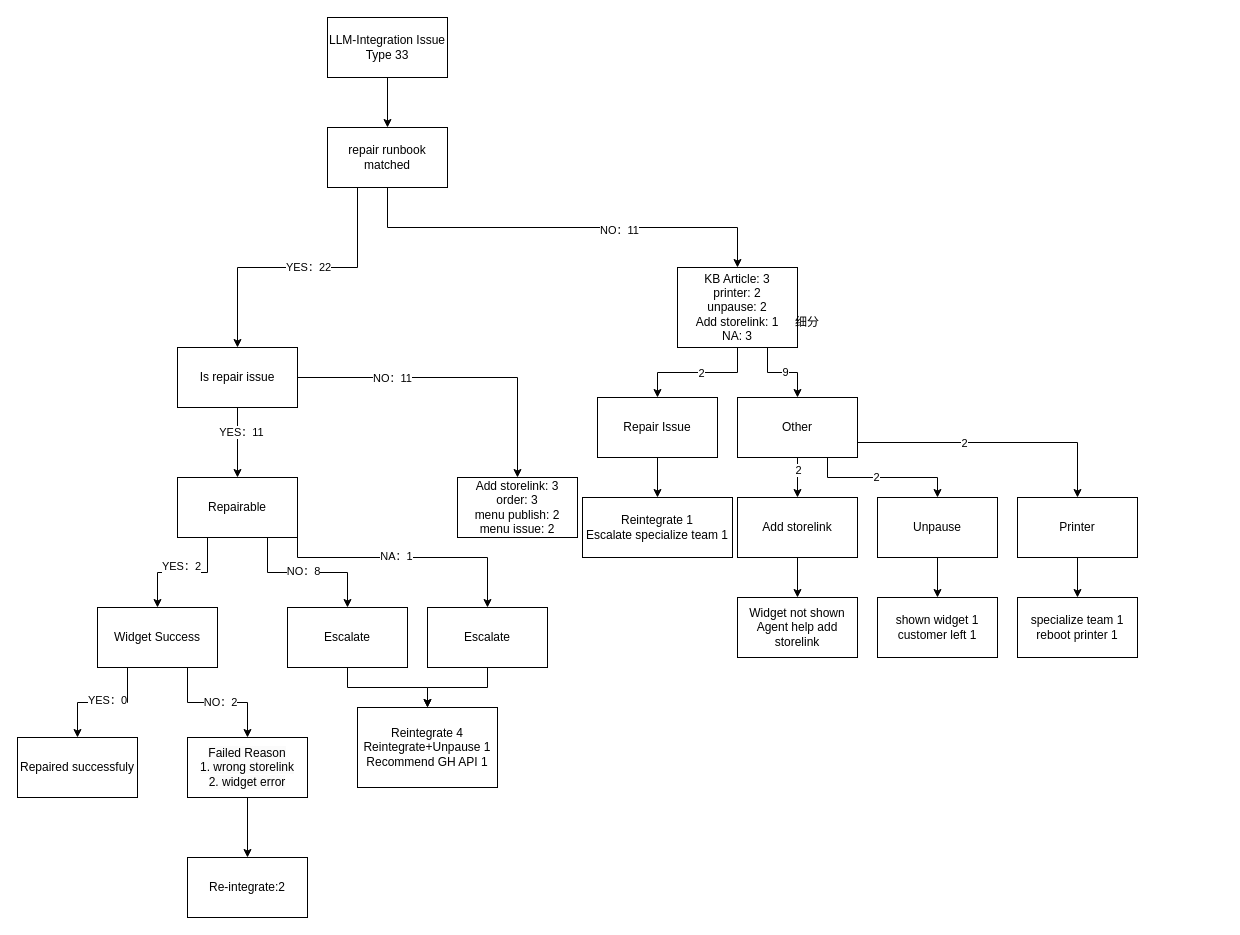
This is Integration Issue Analyzation.drawio from evagle/awesome, a draw.io file, before an edit. Source tidied: cells renumbered, new cells numbered last; positions are measured from the earlier drawing's top-left corner, leaving out a move shared by most shapes. Both pictures are drawn from the tidied source at 100%, with x=0, y=0 at pixel (17, 17).
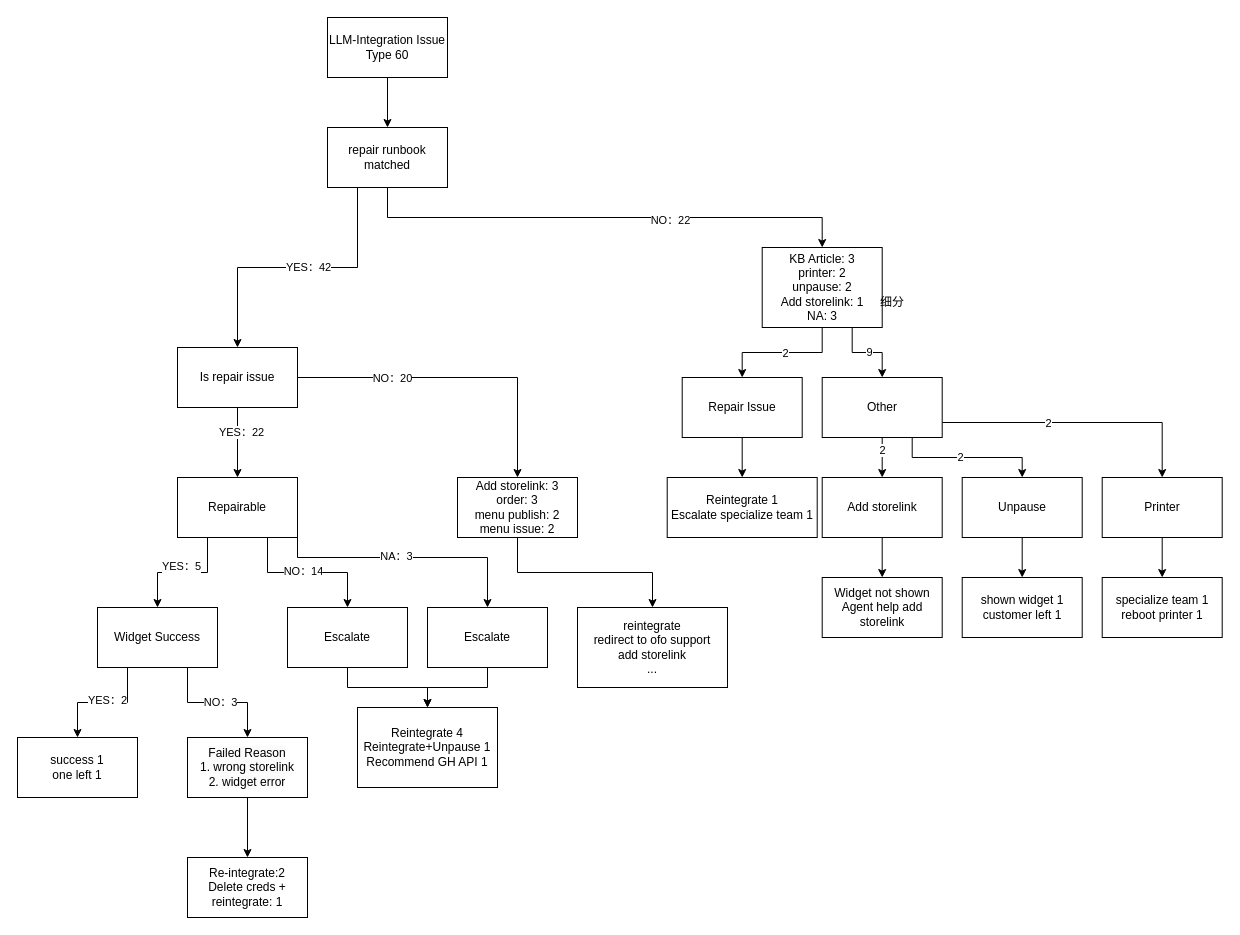
Above is the later version.

Unchanged cells that the change refers to:
```xml
<mxCell id="4" style="edgeStyle=orthogonalEdgeStyle;rounded=0;jettySize=auto;html=1;exitX=0.25;exitY=1;exitDx=0;exitDy=0;entryX=0.5;entryY=0;entryDx=0;entryDy=0;" parent="1" edge="1" source="8" target="35">
  <mxGeometry relative="1" as="geometry" />
</mxCell>
<mxCell id="6" style="edgeStyle=orthogonalEdgeStyle;rounded=0;jettySize=auto;html=1;exitX=0.5;exitY=1;exitDx=0;exitDy=0;" parent="1" edge="1" source="8" target="30">
  <mxGeometry relative="1" as="geometry" />
</mxCell>
<mxCell id="9" style="edgeStyle=orthogonalEdgeStyle;rounded=0;jettySize=auto;html=1;exitX=0.25;exitY=1;exitDx=0;exitDy=0;" parent="1" edge="1" source="15" target="20">
  <mxGeometry relative="1" as="geometry" />
</mxCell>
<mxCell id="11" style="edgeStyle=orthogonalEdgeStyle;rounded=0;jettySize=auto;html=1;exitX=0.75;exitY=1;exitDx=0;exitDy=0;entryX=0.5;entryY=0;entryDx=0;entryDy=0;" parent="1" edge="1" source="15" target="22">
  <mxGeometry relative="1" as="geometry" />
</mxCell>
<mxCell id="13" style="edgeStyle=orthogonalEdgeStyle;rounded=0;jettySize=auto;html=1;exitX=1;exitY=0.75;exitDx=0;exitDy=0;entryX=0.5;entryY=0;entryDx=0;entryDy=0;" parent="1" edge="1" source="15" target="38">
  <mxGeometry relative="1" as="geometry">
    <Array as="points">
      <mxPoint x="280" y="540" />
      <mxPoint x="470" y="540" />
    </Array>
  </mxGeometry>
</mxCell>
<mxCell id="16" style="edgeStyle=orthogonalEdgeStyle;rounded=0;jettySize=auto;html=1;exitX=0.25;exitY=1;exitDx=0;exitDy=0;entryX=0.5;entryY=0;entryDx=0;entryDy=0;" parent="1" edge="1" source="20" target="23">
  <mxGeometry relative="1" as="geometry" />
</mxCell>
<mxCell id="18" style="edgeStyle=orthogonalEdgeStyle;rounded=0;jettySize=auto;html=1;exitX=0.75;exitY=1;exitDx=0;exitDy=0;" parent="1" edge="1" source="20" target="25">
  <mxGeometry relative="1" as="geometry" />
</mxCell>
<mxCell id="31" style="edgeStyle=orthogonalEdgeStyle;rounded=0;jettySize=auto;html=1;exitX=0.5;exitY=1;exitDx=0;exitDy=0;" parent="1" edge="1" source="35" target="15">
  <mxGeometry relative="1" as="geometry" />
</mxCell>
<mxCell id="33" style="edgeStyle=orthogonalEdgeStyle;rounded=0;jettySize=auto;html=1;exitX=1;exitY=0.5;exitDx=0;exitDy=0;" parent="1" edge="1" source="35" target="36">
  <mxGeometry relative="1" as="geometry" />
</mxCell>
<mxCell id="36" value="Add storelink: 3&lt;br&gt;order: 3&lt;br&gt;menu publish: 2&lt;div&gt;menu issue: 2&lt;/div&gt;" style="whiteSpace=wrap;html=1;" parent="1" vertex="1">
  <mxGeometry x="440" y="460" width="120" height="60" as="geometry" />
</mxCell>
```

The edit, as a diff of the source:
```diff
@@
-    <mxCell id="3" value="LLM-Integration Issue Type 33" style="whiteSpace=wrap;html=1;" parent="1" vertex="1">
+    <mxCell id="3" value="LLM-Integration Issue Type 60" style="whiteSpace=wrap;html=1;" parent="1" vertex="1">
       <mxGeometry x="310" width="120" height="60" as="geometry" />
     </mxCell>
@@
-    <mxCell id="5" value="YES：22" style="edgeLabel;html=1;align=center;verticalAlign=middle;" parent="4" vertex="1">
+    <mxCell id="5" value="YES：42" style="edgeLabel;html=1;align=center;verticalAlign=middle;" parent="4" vertex="1">
       <mxGeometry x="-0.07" y="-1" relative="1" as="geometry" />
     </mxCell>
@@
-    <mxCell id="7" value="NO：11" style="edgeLabel;html=1;align=center;verticalAlign=middle;" parent="6" vertex="1">
+    <mxCell id="7" value="NO：22" style="edgeLabel;html=1;align=center;verticalAlign=middle;" parent="6" vertex="1">
       <mxGeometry x="0.26" y="-2" relative="1" as="geometry" />
     </mxCell>
@@
-    <mxCell id="10" value="YES：2" style="edgeLabel;html=1;align=center;verticalAlign=middle;" parent="9" vertex="1">
+    <mxCell id="10" value="YES：5" style="edgeLabel;html=1;align=center;verticalAlign=middle;" parent="9" vertex="1">
       <mxGeometry x="0.03" y="-7" relative="1" as="geometry" />
     </mxCell>
@@
-    <mxCell id="12" value="NO：8" style="edgeLabel;html=1;align=center;verticalAlign=middle;" parent="11" vertex="1">
+    <mxCell id="12" value="NO：14" style="edgeLabel;html=1;align=center;verticalAlign=middle;" parent="11" vertex="1">
       <mxGeometry x="-0.07" y="2" relative="1" as="geometry" />
     </mxCell>
@@
-    <mxCell id="14" value="NA：1" style="edgeLabel;html=1;align=center;verticalAlign=middle;" parent="13" vertex="1">
+    <mxCell id="14" value="NA：3" style="edgeLabel;html=1;align=center;verticalAlign=middle;" parent="13" vertex="1">
       <mxGeometry x="-0.03" y="2" relative="1" as="geometry" />
     </mxCell>
@@
-    <mxCell id="17" value="YES：0" style="edgeLabel;html=1;align=center;verticalAlign=middle;" parent="16" vertex="1">
+    <mxCell id="17" value="YES：2" style="edgeLabel;html=1;align=center;verticalAlign=middle;" parent="16" vertex="1">
       <mxGeometry x="-0.06" y="-3" relative="1" as="geometry" />
     </mxCell>
@@
-    <mxCell id="19" value="NO：2" style="edgeLabel;html=1;align=center;verticalAlign=middle;" parent="18" vertex="1">
+    <mxCell id="19" value="NO：3" style="edgeLabel;html=1;align=center;verticalAlign=middle;" parent="18" vertex="1">
       <mxGeometry x="0.03" y="1" relative="1" as="geometry" />
     </mxCell>
@@
-    <mxCell id="23" value="Repaired successfuly" style="whiteSpace=wrap;html=1;" parent="1" vertex="1">
+    <mxCell id="23" value="success 1&lt;br&gt;one left 1" style="whiteSpace=wrap;html=1;" parent="1" vertex="1">
       <mxGeometry y="720" width="120" height="60" as="geometry" />
     </mxCell>
@@
     <mxCell id="30" value="KB Article: 3&lt;br&gt;printer: 2&lt;br&gt;unpause: 2&lt;br&gt;Add storelink: 1&lt;br&gt;NA: 3" style="whiteSpace=wrap;html=1;" parent="1" vertex="1">
-      <mxGeometry x="660" y="250" width="120" height="80" as="geometry" />
+      <mxGeometry x="744.7" y="230" width="120" height="80" as="geometry" />
     </mxCell>
@@
-    <mxCell id="32" value="YES：11" style="edgeLabel;html=1;align=center;verticalAlign=middle;" parent="31" vertex="1">
+    <mxCell id="32" value="YES：22" style="edgeLabel;html=1;align=center;verticalAlign=middle;" parent="31" vertex="1">
       <mxGeometry x="-0.31" y="3" relative="1" as="geometry" />
     </mxCell>
@@
-    <mxCell id="34" value="NO：11" style="edgeLabel;html=1;align=center;verticalAlign=middle;" parent="33" vertex="1">
+    <mxCell id="34" value="NO：20" style="edgeLabel;html=1;align=center;verticalAlign=middle;" parent="33" vertex="1">
       <mxGeometry x="-0.41" relative="1" as="geometry" />
     </mxCell>
@@
+    <mxCell id="61" style="edgeStyle=orthogonalEdgeStyle;rounded=0;jettySize=auto;html=1;exitX=0.5;exitY=1;exitDx=0;exitDy=0;" parent="1" edge="1" source="36" target="62">
+      <mxGeometry relative="1" as="geometry" />
+    </mxCell>
@@
     <mxCell id="40" value="Repair Issue" style="whiteSpace=wrap;html=1;" parent="1" vertex="1">
-      <mxGeometry x="580" y="380" width="120" height="60" as="geometry" />
+      <mxGeometry x="664.7" y="360" width="120" height="60" as="geometry" />
     </mxCell>
@@
     <mxCell id="47" value="Other" style="whiteSpace=wrap;html=1;" parent="1" vertex="1">
-      <mxGeometry x="720" y="380" width="120" height="60" as="geometry" />
+      <mxGeometry x="804.7" y="360" width="120" height="60" as="geometry" />
     </mxCell>
     <mxCell id="48" value="细分" style="text;html=1;align=center;verticalAlign=middle;whiteSpace=wrap;rounded=0;" parent="1" vertex="1">
-      <mxGeometry x="760" y="290" width="60" height="30" as="geometry" />
+      <mxGeometry x="844.7" y="270" width="60" height="30" as="geometry" />
     </mxCell>
-    <mxCell id="49" value="Re-integrate:2" style="whiteSpace=wrap;html=1;" parent="1" vertex="1">
+    <mxCell id="49" value="Re-integrate:2&lt;br&gt;Delete creds + reintegrate: 1" style="whiteSpace=wrap;html=1;" parent="1" vertex="1">
       <mxGeometry x="170" y="840" width="120" height="60" as="geometry" />
     </mxCell>
@@
     <mxCell id="51" value="Reintegrate 1&lt;br&gt;Escalate specialize team 1" style="whiteSpace=wrap;html=1;" parent="1" vertex="1">
-      <mxGeometry x="565" y="480" width="150" height="60" as="geometry" />
+      <mxGeometry x="649.7" y="460" width="150" height="60" as="geometry" />
     </mxCell>
@@
     <mxCell id="53" value="Add storelink" style="whiteSpace=wrap;html=1;" parent="1" vertex="1">
-      <mxGeometry x="720" y="480" width="120" height="60" as="geometry" />
+      <mxGeometry x="804.7" y="460" width="120" height="60" as="geometry" />
     </mxCell>
     <mxCell id="54" value="Widget not shown&lt;br&gt;Agent help add storelink" style="whiteSpace=wrap;html=1;" parent="1" vertex="1">
-      <mxGeometry x="720" y="580" width="120" height="60" as="geometry" />
+      <mxGeometry x="804.7" y="560" width="120" height="60" as="geometry" />
     </mxCell>
@@
     <mxCell id="56" value="Unpause" style="whiteSpace=wrap;html=1;" parent="1" vertex="1">
-      <mxGeometry x="860" y="480" width="120" height="60" as="geometry" />
+      <mxGeometry x="944.7" y="460" width="120" height="60" as="geometry" />
     </mxCell>
     <mxCell id="57" value="shown widget 1&lt;br&gt;customer left 1" style="whiteSpace=wrap;html=1;" parent="1" vertex="1">
-      <mxGeometry x="860" y="580" width="120" height="60" as="geometry" />
+      <mxGeometry x="944.7" y="560" width="120" height="60" as="geometry" />
     </mxCell>
@@
     <mxCell id="59" value="Printer" style="whiteSpace=wrap;html=1;" parent="1" vertex="1">
-      <mxGeometry x="1000" y="480" width="120" height="60" as="geometry" />
+      <mxGeometry x="1084.7" y="460" width="120" height="60" as="geometry" />
     </mxCell>
     <mxCell id="60" value="specialize team 1&lt;br&gt;reboot printer 1" style="whiteSpace=wrap;html=1;" parent="1" vertex="1">
-      <mxGeometry x="1000" y="580" width="120" height="60" as="geometry" />
+      <mxGeometry x="1084.7" y="560" width="120" height="60" as="geometry" />
     </mxCell>
+    <mxCell id="62" value="reintegrate&lt;br&gt;redirect to ofo support&lt;br&gt;add storelink&lt;br&gt;..." style="whiteSpace=wrap;html=1;" parent="1" vertex="1">
+      <mxGeometry x="560" y="590" width="150" height="80" as="geometry" />
+    </mxCell>
```
